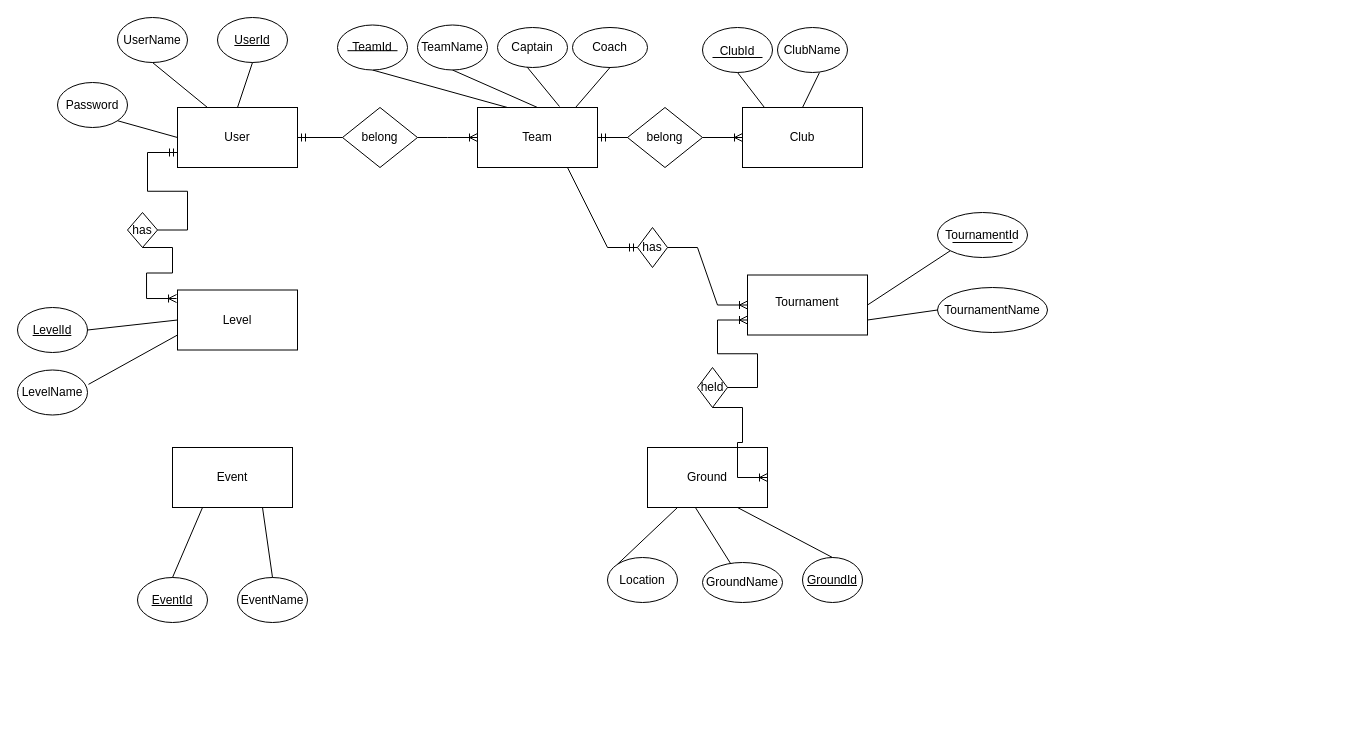
chamithopatha/Crickfix keeps this draw.io diagram as Untitled Diagram.drawio. Above is the earlier version. Source tidied: cells renumbered, new cells numbered last; positions are measured from the earlier drawing's top-left corner, leaving out a move shared by most shapes. Both pictures are drawn from the tidied source at 100%, with x=0, y=0 at pixel (17, 17).
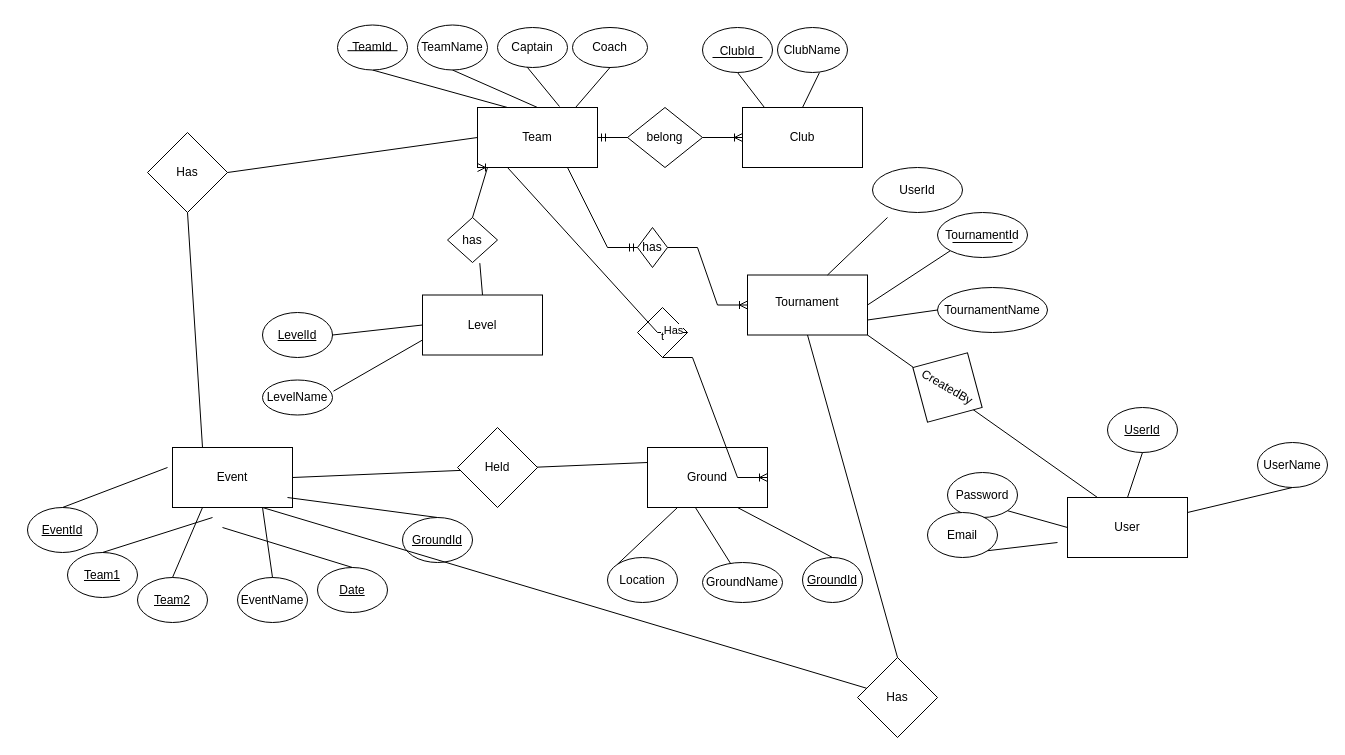
The same page after the edit.

Unchanged cells that the change refers to:
```xml
<mxCell id="15" style="rounded=0;whiteSpace=wrap;html=1;" parent="1" vertex="1">
  <mxGeometry x="460" y="90" width="120" height="60" as="geometry" />
</mxCell>
<mxCell id="19" style="rounded=0;whiteSpace=wrap;html=1;" parent="1" vertex="1">
  <mxGeometry x="630" y="430" width="120" height="60" as="geometry" />
</mxCell>
<mxCell id="23" style="rounded=0;whiteSpace=wrap;html=1;" parent="1" vertex="1">
  <mxGeometry x="155" y="430" width="120" height="60" as="geometry" />
</mxCell>
<mxCell id="37" style="rounded=0;whiteSpace=wrap;html=1;" parent="1" vertex="1">
  <mxGeometry x="730" y="257.5" width="120" height="60" as="geometry" />
</mxCell>
```

Diff of the diagram source:
```diff
@@
     <mxCell id="2" value="Password" style="ellipse;whiteSpace=wrap;html=1;" parent="1" vertex="1">
-      <mxGeometry x="40" y="65" width="70" height="45" as="geometry" />
+      <mxGeometry x="930" y="455" width="70" height="45" as="geometry" />
     </mxCell>
     <mxCell id="3" value="&lt;u&gt;UserId&lt;/u&gt;" style="ellipse;whiteSpace=wrap;html=1;" parent="1" vertex="1">
-      <mxGeometry x="200" width="70" height="45" as="geometry" />
+      <mxGeometry x="1090" y="390" width="70" height="45" as="geometry" />
     </mxCell>
     <mxCell id="4" value="UserName" style="ellipse;whiteSpace=wrap;html=1;" parent="1" vertex="1">
-      <mxGeometry x="100" width="70" height="45" as="geometry" />
+      <mxGeometry x="1240" y="425" width="70" height="45" as="geometry" />
     </mxCell>
@@
-    <mxCell id="6" value="&lt;u&gt;EventId&lt;/u&gt;" style="ellipse;whiteSpace=wrap;html=1;" parent="1" vertex="1">
+    <mxCell id="6" value="&lt;u&gt;Team2&lt;/u&gt;" style="ellipse;whiteSpace=wrap;html=1;" parent="1" vertex="1">
       <mxGeometry x="120" y="560" width="70" height="45" as="geometry" />
     </mxCell>
@@
     <mxCell id="10" style="rounded=0;whiteSpace=wrap;html=1;" parent="1" vertex="1">
-      <mxGeometry x="160" y="90" width="120" height="60" as="geometry" />
+      <mxGeometry x="1050" y="480" width="120" height="60" as="geometry" />
     </mxCell>
     <mxCell id="11" value="User" style="text;html=1;strokeColor=none;fillColor=none;align=center;verticalAlign=middle;whiteSpace=wrap;rounded=0;" parent="1" vertex="1">
-      <mxGeometry x="190" y="105" width="60" height="30" as="geometry" />
+      <mxGeometry x="1080" y="495" width="60" height="30" as="geometry" />
     </mxCell>
@@
-    <mxCell id="13" style="endArrow=none;html=1;rounded=0;exitX=0.5;exitY=1;exitDx=0;exitDy=0;entryX=0.25;entryY=0;entryDx=0;entryDy=0;" parent="1" edge="1" source="4" target="10">
+    <mxCell id="13" style="endArrow=none;html=1;rounded=0;exitX=0.5;exitY=1;exitDx=0;exitDy=0;entryX=1;entryY=0.25;entryDx=0;entryDy=0;" parent="1" edge="1" source="4" target="10">
       <mxGeometry relative="1" as="geometry" />
     </mxCell>
@@
-    <mxCell id="21" style="rounded=0;whiteSpace=wrap;html=1;" parent="1" vertex="1">
-      <mxGeometry x="160" y="272.5" width="120" height="60" as="geometry" />
+    <mxCell id="21" value="Level" style="rounded=0;whiteSpace=wrap;html=1;" parent="1" vertex="1">
+      <mxGeometry x="405" y="277.5" width="120" height="60" as="geometry" />
     </mxCell>
-    <mxCell id="22" value="Level" style="text;html=1;strokeColor=none;fillColor=none;align=center;verticalAlign=middle;whiteSpace=wrap;rounded=0;" parent="1" vertex="1">
-      <mxGeometry x="190" y="287.5" width="60" height="30" as="geometry" />
-    </mxCell>
@@
-    <mxCell id="44" value="belong" style="shape=rhombus;perimeter=rhombusPerimeter;whiteSpace=wrap;html=1;align=center;" parent="1" vertex="1">
-      <mxGeometry x="325" y="90" width="75" height="60" as="geometry" />
-    </mxCell>
@@
-    <mxCell id="46" style="edgeStyle=entityRelationEdgeStyle;fontSize=12;html=1;endArrow=ERoneToMany;rounded=0;exitX=1;exitY=0.5;exitDx=0;exitDy=0;entryX=0;entryY=0.5;entryDx=0;entryDy=0;" parent="1" edge="1" source="44" target="15">
-      <mxGeometry relative="1" as="geometry" />
-    </mxCell>
@@
     <mxCell id="50" value="has" style="rhombus;whiteSpace=wrap;html=1;rotation=0;" parent="1" vertex="1">
-      <mxGeometry x="110" y="195" width="30" height="35" as="geometry" />
+      <mxGeometry x="430" y="200" width="50" height="45" as="geometry" />
     </mxCell>
@@
     <mxCell id="56" value="&lt;u&gt;LevelId&lt;/u&gt;" style="ellipse;whiteSpace=wrap;html=1;" parent="1" vertex="1">
-      <mxGeometry y="290" width="70" height="45" as="geometry" />
+      <mxGeometry x="245" y="295" width="70" height="45" as="geometry" />
     </mxCell>
@@
     <mxCell id="58" value="LevelName" style="ellipse;whiteSpace=wrap;html=1;" parent="1" vertex="1">
-      <mxGeometry y="352.5" width="70" height="45" as="geometry" />
+      <mxGeometry x="245" y="362.5" width="70" height="35" as="geometry" />
     </mxCell>
@@
-    <mxCell id="66" value="held" style="rhombus;whiteSpace=wrap;html=1;rotation=0;" parent="1" vertex="1">
-      <mxGeometry x="680" y="350" width="30" height="40" as="geometry" />
+    <mxCell id="66" style="rhombus;whiteSpace=wrap;html=1;rotation=0;" parent="1" vertex="1">
+      <mxGeometry x="620" y="290" width="50" height="50" as="geometry" />
     </mxCell>
@@
-    <mxCell id="69" style="edgeStyle=entityRelationEdgeStyle;fontSize=12;html=1;endArrow=ERoneToMany;rounded=0;entryX=-0.008;entryY=0.142;entryDx=0;entryDy=0;entryPerimeter=0;exitX=0.5;exitY=1;exitDx=0;exitDy=0;" parent="1" edge="1" source="50" target="21">
-      <mxGeometry relative="1" as="geometry" />
-    </mxCell>
-    <mxCell id="70" style="edgeStyle=entityRelationEdgeStyle;fontSize=12;html=1;endArrow=ERoneToMany;rounded=0;exitX=1;exitY=0.5;exitDx=0;exitDy=0;entryX=0;entryY=0.75;entryDx=0;entryDy=0;" parent="1" edge="1" source="66" target="37">
-      <mxGeometry relative="1" as="geometry" />
+    <mxCell id="70" style="edgeStyle=entityRelationEdgeStyle;fontSize=12;html=1;endArrow=ERoneToMany;rounded=0;exitX=1;exitY=0.5;exitDx=0;exitDy=0;entryX=0;entryY=1;entryDx=0;entryDy=0;" parent="1" edge="1" source="66" target="15">
+      <mxGeometry relative="1" as="geometry">
+        <Array as="points">
+          <mxPoint x="580" y="280" />
+          <mxPoint x="530" y="290" />
+          <mxPoint x="560" y="270" />
+        </Array>
+      </mxGeometry>
     </mxCell>
+    <mxCell id="78" value="Has" style="edgeLabel;html=1;align=center;verticalAlign=middle;" parent="70" vertex="1">
+      <mxGeometry x="-0.9" y="-3" relative="1" as="geometry">
+        <mxPoint x="-1" as="offset" />
+      </mxGeometry>
+    </mxCell>
+    <mxCell id="79" value="t" style="edgeLabel;html=1;align=center;verticalAlign=middle;" parent="70" vertex="1">
+      <mxGeometry x="-0.82" y="3" relative="1" as="geometry">
+        <mxPoint x="-1" as="offset" />
+      </mxGeometry>
+    </mxCell>
@@
-    <mxCell id="73" style="edgeStyle=entityRelationEdgeStyle;fontSize=12;html=1;endArrow=ERmandOne;rounded=0;entryX=1;entryY=0.5;entryDx=0;entryDy=0;exitX=0;exitY=0.5;exitDx=0;exitDy=0;" parent="1" edge="1" source="44" target="10">
-      <mxGeometry relative="1" as="geometry" />
-    </mxCell>
-    <mxCell id="74" style="edgeStyle=entityRelationEdgeStyle;fontSize=12;html=1;endArrow=ERmandOne;rounded=0;exitX=1;exitY=0.5;exitDx=0;exitDy=0;entryX=0;entryY=0.75;entryDx=0;entryDy=0;" parent="1" edge="1" source="50" target="10">
-      <mxGeometry relative="1" as="geometry" />
-    </mxCell>
@@
+    <mxCell id="80" style="endArrow=none;html=1;rounded=0;exitX=1;exitY=0.5;exitDx=0;exitDy=0;entryX=0;entryY=0.25;entryDx=0;entryDy=0;" parent="1" edge="1" source="23" target="19">
+      <mxGeometry relative="1" as="geometry" />
+    </mxCell>
+    <mxCell id="81" value="&lt;u&gt;Team1&lt;/u&gt;" style="ellipse;whiteSpace=wrap;html=1;" parent="1" vertex="1">
+      <mxGeometry x="50" y="535" width="70" height="45" as="geometry" />
+    </mxCell>
+    <mxCell id="82" style="endArrow=none;html=1;rounded=0;entryX=0.5;entryY=0;entryDx=0;entryDy=0;exitX=0.25;exitY=1;exitDx=0;exitDy=0;" parent="1" edge="1" target="81">
+      <mxGeometry relative="1" as="geometry">
+        <mxPoint x="195" y="500" as="sourcePoint" />
+      </mxGeometry>
+    </mxCell>
+    <mxCell id="83" value="&lt;u&gt;Date&lt;/u&gt;" style="ellipse;whiteSpace=wrap;html=1;" parent="1" vertex="1">
+      <mxGeometry x="300" y="550" width="70" height="45" as="geometry" />
+    </mxCell>
+    <mxCell id="84" style="endArrow=none;html=1;rounded=0;entryX=0.5;entryY=0;entryDx=0;entryDy=0;exitX=0.25;exitY=1;exitDx=0;exitDy=0;" parent="1" edge="1" target="83">
+      <mxGeometry relative="1" as="geometry">
+        <mxPoint x="205" y="510" as="sourcePoint" />
+      </mxGeometry>
+    </mxCell>
+    <mxCell id="85" value="&lt;u&gt;EventId&lt;/u&gt;" style="ellipse;whiteSpace=wrap;html=1;" parent="1" vertex="1">
+      <mxGeometry x="10" y="490" width="70" height="45" as="geometry" />
+    </mxCell>
+    <mxCell id="86" style="endArrow=none;html=1;rounded=0;entryX=0.5;entryY=0;entryDx=0;entryDy=0;" parent="1" edge="1" target="85">
+      <mxGeometry relative="1" as="geometry">
+        <mxPoint x="150" y="450" as="sourcePoint" />
+      </mxGeometry>
+    </mxCell>
+    <mxCell id="87" value="&lt;u&gt;GroundId&lt;/u&gt;" style="ellipse;whiteSpace=wrap;html=1;" parent="1" vertex="1">
+      <mxGeometry x="385" y="500" width="70" height="45" as="geometry" />
+    </mxCell>
+    <mxCell id="88" style="endArrow=none;html=1;rounded=0;entryX=0.5;entryY=0;entryDx=0;entryDy=0;exitX=0.25;exitY=1;exitDx=0;exitDy=0;" parent="1" edge="1" target="87">
+      <mxGeometry relative="1" as="geometry">
+        <mxPoint x="270" y="480" as="sourcePoint" />
+      </mxGeometry>
+    </mxCell>
+    <mxCell id="89" value="Held" style="rhombus;whiteSpace=wrap;html=1;" parent="1" vertex="1">
+      <mxGeometry x="440" y="410" width="80" height="80" as="geometry" />
+    </mxCell>
+    <mxCell id="90" value="Email" style="ellipse;whiteSpace=wrap;html=1;" parent="1" vertex="1">
+      <mxGeometry x="910" y="495" width="70" height="45" as="geometry" />
+    </mxCell>
+    <mxCell id="91" style="endArrow=none;html=1;rounded=0;exitX=1;exitY=1;exitDx=0;exitDy=0;entryX=0;entryY=0.5;entryDx=0;entryDy=0;" parent="1" edge="1" source="90">
+      <mxGeometry relative="1" as="geometry">
+        <mxPoint x="1040" y="525" as="targetPoint" />
+      </mxGeometry>
+    </mxCell>
+    <mxCell id="92" style="endArrow=none;html=1;rounded=0;entryX=1;entryY=1;entryDx=0;entryDy=0;exitX=0.25;exitY=0;exitDx=0;exitDy=0;" parent="1" edge="1" source="10" target="37">
+      <mxGeometry relative="1" as="geometry" />
+    </mxCell>
+    <mxCell id="93" value="CreatedBy" style="rhombus;whiteSpace=wrap;html=1;rotation=30;" parent="1" vertex="1">
+      <mxGeometry x="890" y="330" width="80" height="80" as="geometry" />
+    </mxCell>
+    <mxCell id="94" style="endArrow=none;html=1;rounded=0;exitX=1;exitY=0.5;exitDx=0;exitDy=0;" parent="1" edge="1">
+      <mxGeometry relative="1" as="geometry">
+        <mxPoint x="810" y="257.5" as="sourcePoint" />
+        <mxPoint x="870" y="200" as="targetPoint" />
+      </mxGeometry>
+    </mxCell>
+    <mxCell id="95" value="UserId" style="ellipse;whiteSpace=wrap;html=1;" parent="1" vertex="1">
+      <mxGeometry x="855" y="150" width="90" height="45" as="geometry" />
+    </mxCell>
+    <mxCell id="96" style="endArrow=none;html=1;rounded=0;exitX=0.5;exitY=0;exitDx=0;exitDy=0;" parent="1" edge="1" source="50">
+      <mxGeometry relative="1" as="geometry">
+        <mxPoint x="470" y="150" as="targetPoint" />
+      </mxGeometry>
+    </mxCell>
+    <mxCell id="97" style="endArrow=none;html=1;rounded=0;exitX=0.5;exitY=0;exitDx=0;exitDy=0;entryX=0.646;entryY=1.014;entryDx=0;entryDy=0;entryPerimeter=0;" parent="1" edge="1" source="21" target="50">
+      <mxGeometry relative="1" as="geometry" />
+    </mxCell>
+    <mxCell id="98" value="Has" style="rhombus;whiteSpace=wrap;html=1;" parent="1" vertex="1">
+      <mxGeometry x="130" y="115" width="80" height="80" as="geometry" />
+    </mxCell>
+    <mxCell id="99" style="endArrow=none;html=1;rounded=0;entryX=0;entryY=0.5;entryDx=0;entryDy=0;exitX=1;exitY=0.5;exitDx=0;exitDy=0;" parent="1" edge="1" source="98" target="15">
+      <mxGeometry relative="1" as="geometry" />
+    </mxCell>
+    <mxCell id="100" style="endArrow=none;html=1;rounded=0;entryX=0.25;entryY=0;entryDx=0;entryDy=0;exitX=0.5;exitY=1;exitDx=0;exitDy=0;" parent="1" edge="1" source="98" target="23">
+      <mxGeometry relative="1" as="geometry" />
+    </mxCell>
+    <mxCell id="101" value="Has" style="rhombus;whiteSpace=wrap;html=1;" parent="1" vertex="1">
+      <mxGeometry x="840" y="640" width="80" height="80" as="geometry" />
+    </mxCell>
+    <mxCell id="102" style="endArrow=none;html=1;rounded=0;exitX=0.5;exitY=0;exitDx=0;exitDy=0;entryX=0.5;entryY=1;entryDx=0;entryDy=0;" parent="1" edge="1" source="101" target="37">
+      <mxGeometry relative="1" as="geometry" />
+    </mxCell>
+    <mxCell id="103" style="endArrow=none;html=1;rounded=0;entryX=0.75;entryY=1;entryDx=0;entryDy=0;" parent="1" edge="1" source="101" target="23">
+      <mxGeometry relative="1" as="geometry" />
+    </mxCell>
```
